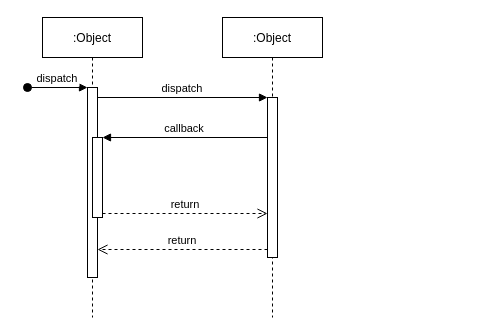
Before: 未命名绘图.drawio in LuooChen/drawio, a draw.io diagram. Source tidied: cells renumbered, new cells numbered last; positions are measured from the earlier drawing's top-left corner, leaving out a move shared by most shapes. Both pictures are drawn from the tidied source at 100%, with x=0, y=0 at pixel (27, 17).
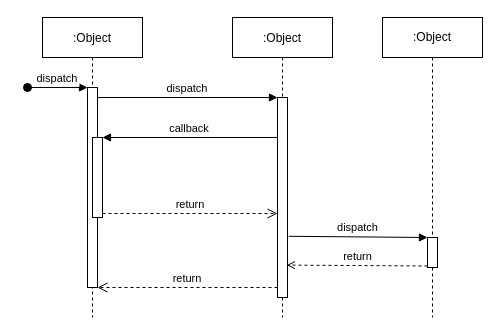
The same diagram, later.

Change to the diagram source:
```diff
@@
 <mxGraphModel>
   <root>
     <mxCell id="0" />
     <mxCell id="1" parent="0" />
     <mxCell id="2" value=":Object" style="shape=umlLifeline;perimeter=lifelinePerimeter;rounded=0;shadow=0;strokeWidth=1;" parent="1" vertex="1">
       <mxGeometry x="15" width="100" height="300" as="geometry" />
     </mxCell>
     <mxCell id="3" style="points=[];perimeter=orthogonalPerimeter;rounded=0;shadow=0;strokeWidth=1;" parent="2" vertex="1">
-      <mxGeometry x="45" y="70" width="10" height="190" as="geometry" />
+      <mxGeometry x="45" y="70" width="10" height="200" as="geometry" />
     </mxCell>
     <mxCell id="4" value="dispatch" style="verticalAlign=bottom;startArrow=oval;endArrow=block;startSize=8;shadow=0;strokeWidth=1;" parent="2" edge="1" target="3">
       <mxGeometry relative="1" as="geometry">
         <mxPoint x="-15" y="70" as="sourcePoint" />
       </mxGeometry>
     </mxCell>
     <mxCell id="5" style="points=[];perimeter=orthogonalPerimeter;rounded=0;shadow=0;strokeWidth=1;" parent="2" vertex="1">
       <mxGeometry x="50" y="120" width="10" height="80" as="geometry" />
     </mxCell>
     <mxCell id="6" value=":Object" style="shape=umlLifeline;perimeter=lifelinePerimeter;rounded=0;shadow=0;strokeWidth=1;" parent="1" vertex="1">
-      <mxGeometry x="195" width="100" height="300" as="geometry" />
+      <mxGeometry x="205" width="100" height="300" as="geometry" />
     </mxCell>
     <mxCell id="7" style="points=[];perimeter=orthogonalPerimeter;rounded=0;shadow=0;strokeWidth=1;" parent="6" vertex="1">
-      <mxGeometry x="45" y="80" width="10" height="160" as="geometry" />
+      <mxGeometry x="45" y="80" width="10" height="200" as="geometry" />
     </mxCell>
     <mxCell id="8" value="return" style="verticalAlign=bottom;endArrow=open;dashed=1;endSize=8;exitX=0;exitY=0.95;shadow=0;strokeWidth=1;" parent="1" edge="1" source="7" target="3">
       <mxGeometry relative="1" as="geometry" />
     </mxCell>
     <mxCell id="9" value="dispatch" style="verticalAlign=bottom;endArrow=block;entryX=0;entryY=0;shadow=0;strokeWidth=1;" parent="1" edge="1" source="3" target="7">
       <mxGeometry relative="1" as="geometry" />
     </mxCell>
     <mxCell id="10" value="callback" style="verticalAlign=bottom;endArrow=block;entryX=1;entryY=0;shadow=0;strokeWidth=1;" parent="1" edge="1" source="7" target="5">
       <mxGeometry relative="1" as="geometry" />
     </mxCell>
     <mxCell id="11" value="return" style="verticalAlign=bottom;endArrow=open;dashed=1;endSize=8;exitX=1;exitY=0.95;shadow=0;strokeWidth=1;" parent="1" edge="1" source="5" target="7">
       <mxGeometry relative="1" as="geometry" />
     </mxCell>
+    <mxCell id="12" value=":Object" style="shape=umlLifeline;perimeter=lifelinePerimeter;whiteSpace=wrap;html=1;" parent="1" vertex="1">
+      <mxGeometry x="355" width="100" height="300" as="geometry" />
+    </mxCell>
+    <mxCell id="13" style="html=1;points=[];perimeter=orthogonalPerimeter;" parent="12" vertex="1">
+      <mxGeometry x="45" y="220" width="10" height="30" as="geometry" />
+    </mxCell>
+    <mxCell id="14" value="dispatch" style="html=1;verticalAlign=bottom;endArrow=block;entryX=0;entryY=0;rounded=0;exitX=1.133;exitY=0.694;exitDx=0;exitDy=0;exitPerimeter=0;" parent="1" edge="1" source="7" target="13">
+      <mxGeometry relative="1" as="geometry" />
+    </mxCell>
+    <mxCell id="15" value="return" style="html=1;verticalAlign=bottom;endArrow=open;dashed=1;exitX=0;exitY=0.95;rounded=0;entryX=0.925;entryY=0.838;entryDx=0;entryDy=0;entryPerimeter=0;" parent="1" edge="1" source="13" target="7">
+      <mxGeometry relative="1" as="geometry" />
+    </mxCell>
   </root>
 </mxGraphModel>
```
